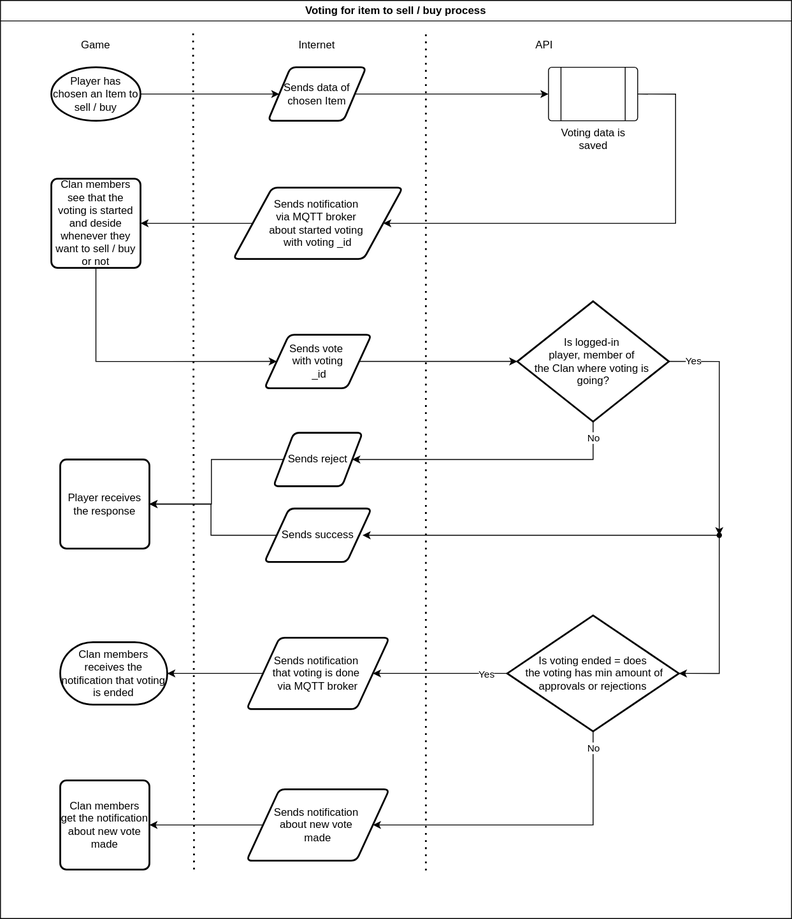
Above: doc/img/voting/voting.svg in Alt-Org/Altzone-Server (draw.io), before the change. Source tidied: cells renumbered, new cells last; positions are measured from the earlier drawing's top-left corner, leaving out a move shared by most shapes. Source of this version:
```xml
<mxGraphModel>
  <root>
    <mxCell id="0" />
    <mxCell id="1" parent="0" />
    <mxCell id="2" value="Voting for item to sell / buy process" style="swimlane;whiteSpace=wrap;html=1;" parent="1" vertex="1">
      <mxGeometry width="887" height="1030" as="geometry" />
    </mxCell>
    <mxCell id="3" style="edgeStyle=orthogonalEdgeStyle;rounded=0;jettySize=auto;html=1;exitX=1;exitY=0.5;exitDx=0;exitDy=0;exitPerimeter=0;entryX=0;entryY=0.5;entryDx=0;entryDy=0;" parent="2" edge="1" source="4" target="8">
      <mxGeometry relative="1" as="geometry" />
    </mxCell>
    <mxCell id="4" value="Player has chosen an Item to sell / buy" style="strokeWidth=2;html=1;shape=mxgraph.flowchart.start_1;whiteSpace=wrap;" parent="2" vertex="1">
      <mxGeometry x="57" y="75" width="100" height="60" as="geometry" />
    </mxCell>
    <mxCell id="5" style="edgeStyle=orthogonalEdgeStyle;rounded=0;jettySize=auto;html=1;exitX=1;exitY=0.5;exitDx=0;exitDy=0;entryX=1;entryY=0.5;entryDx=0;entryDy=0;" parent="2" edge="1" source="6" target="10">
      <mxGeometry relative="1" as="geometry">
        <Array as="points">
          <mxPoint x="757" y="105" />
          <mxPoint x="757" y="250" />
        </Array>
      </mxGeometry>
    </mxCell>
    <mxCell id="6" value="Voting data is saved" style="verticalLabelPosition=bottom;verticalAlign=top;html=1;shape=process;whiteSpace=wrap;rounded=1;size=0.14;arcSize=6;" parent="2" vertex="1">
      <mxGeometry x="614.5" y="75" width="100" height="60" as="geometry" />
    </mxCell>
    <mxCell id="7" style="edgeStyle=orthogonalEdgeStyle;rounded=0;jettySize=auto;html=1;exitX=1;exitY=0.5;exitDx=0;exitDy=0;entryX=0;entryY=0.5;entryDx=0;entryDy=0;" parent="2" edge="1" source="8" target="6">
      <mxGeometry relative="1" as="geometry" />
    </mxCell>
    <mxCell id="8" value="Sends data of chosen Item" style="shape=parallelogram;html=1;strokeWidth=2;perimeter=parallelogramPerimeter;whiteSpace=wrap;rounded=1;arcSize=12;size=0.23;" parent="2" vertex="1">
      <mxGeometry x="300" y="75" width="110" height="60" as="geometry" />
    </mxCell>
    <mxCell id="9" style="edgeStyle=orthogonalEdgeStyle;rounded=0;jettySize=auto;html=1;exitX=0;exitY=0.5;exitDx=0;exitDy=0;entryX=1;entryY=0.5;entryDx=0;entryDy=0;" parent="2" edge="1" source="10" target="12">
      <mxGeometry relative="1" as="geometry" />
    </mxCell>
    <mxCell id="10" value="Sends notification&amp;nbsp;&lt;div&gt;via MQTT broker&amp;nbsp;&lt;/div&gt;&lt;div&gt;about started voting&amp;nbsp;&lt;/div&gt;&lt;div&gt;with voting _id&lt;/div&gt;" style="shape=parallelogram;html=1;strokeWidth=2;perimeter=parallelogramPerimeter;whiteSpace=wrap;rounded=1;arcSize=12;size=0.23;" parent="2" vertex="1">
      <mxGeometry x="261" y="210" width="190" height="80" as="geometry" />
    </mxCell>
    <mxCell id="11" style="edgeStyle=orthogonalEdgeStyle;rounded=0;jettySize=auto;html=1;exitX=0.5;exitY=1;exitDx=0;exitDy=0;entryX=0;entryY=0.5;entryDx=0;entryDy=0;" parent="2" edge="1" source="12" target="13">
      <mxGeometry relative="1" as="geometry">
        <Array as="points">
          <mxPoint x="107" y="405" />
        </Array>
      </mxGeometry>
    </mxCell>
    <mxCell id="12" value="Clan members see that the voting is started and deside whenever they want to sell / buy or not" style="rounded=1;whiteSpace=wrap;html=1;absoluteArcSize=1;arcSize=14;strokeWidth=2;" parent="2" vertex="1">
      <mxGeometry x="57" y="200" width="100" height="100" as="geometry" />
    </mxCell>
    <mxCell id="13" value="Sends vote&amp;nbsp;&lt;div&gt;with voting&lt;/div&gt;&lt;div&gt;&amp;nbsp;_id&lt;/div&gt;" style="shape=parallelogram;html=1;strokeWidth=2;perimeter=parallelogramPerimeter;whiteSpace=wrap;rounded=1;arcSize=12;size=0.23;" parent="2" vertex="1">
      <mxGeometry x="296" y="375" width="120" height="60" as="geometry" />
    </mxCell>
    <mxCell id="14" style="edgeStyle=orthogonalEdgeStyle;rounded=0;jettySize=auto;html=1;exitX=0.5;exitY=1;exitDx=0;exitDy=0;exitPerimeter=0;entryX=1;entryY=0.5;entryDx=0;entryDy=0;" parent="2" edge="1" source="16" target="23">
      <mxGeometry relative="1" as="geometry">
        <Array as="points">
          <mxPoint x="665" y="515" />
        </Array>
      </mxGeometry>
    </mxCell>
    <mxCell id="15" value="No" style="edgeLabel;html=1;align=center;verticalAlign=middle;" parent="14" vertex="1">
      <mxGeometry x="-0.88" relative="1" as="geometry" />
    </mxCell>
    <mxCell id="16" value="Is&amp;nbsp;&lt;span style=&quot;background-color: initial;&quot;&gt;logged-in&amp;nbsp;&lt;/span&gt;&lt;div&gt;&lt;span style=&quot;background-color: initial;&quot;&gt;player,&amp;nbsp;&lt;/span&gt;&lt;span style=&quot;background-color: initial;&quot;&gt;member of&amp;nbsp;&lt;/span&gt;&lt;div&gt;the&amp;nbsp;&lt;span style=&quot;background-color: initial;&quot;&gt;Clan where&amp;nbsp;&lt;/span&gt;&lt;span style=&quot;background-color: initial;&quot;&gt;voting is&amp;nbsp;&lt;/span&gt;&lt;/div&gt;&lt;div&gt;going?&lt;/div&gt;&lt;/div&gt;" style="strokeWidth=2;html=1;shape=mxgraph.flowchart.decision;whiteSpace=wrap;" parent="2" vertex="1">
      <mxGeometry x="579.5" y="337.5" width="170" height="135" as="geometry" />
    </mxCell>
    <mxCell id="17" style="edgeStyle=orthogonalEdgeStyle;rounded=0;jettySize=auto;html=1;exitX=0;exitY=0.5;exitDx=0;exitDy=0;exitPerimeter=0;" parent="2" edge="1" source="21" target="28">
      <mxGeometry relative="1" as="geometry" />
    </mxCell>
    <mxCell id="18" value="Yes" style="edgeLabel;html=1;align=center;verticalAlign=middle;" parent="17" vertex="1">
      <mxGeometry x="-0.69" y="1" relative="1" as="geometry" />
    </mxCell>
    <mxCell id="19" style="edgeStyle=orthogonalEdgeStyle;rounded=0;jettySize=auto;html=1;exitX=0.5;exitY=1;exitDx=0;exitDy=0;exitPerimeter=0;entryX=1;entryY=0.5;entryDx=0;entryDy=0;" parent="2" edge="1" source="21" target="30">
      <mxGeometry relative="1" as="geometry">
        <Array as="points">
          <mxPoint x="665" y="925" />
        </Array>
      </mxGeometry>
    </mxCell>
    <mxCell id="20" value="No" style="edgeLabel;html=1;align=center;verticalAlign=middle;" parent="19" vertex="1">
      <mxGeometry x="-0.89" relative="1" as="geometry" />
    </mxCell>
    <mxCell id="21" value="Is voting ended = does&lt;div&gt;&amp;nbsp;the voting has min amount of approvals or rejections&lt;/div&gt;" style="strokeWidth=2;html=1;shape=mxgraph.flowchart.decision;whiteSpace=wrap;" parent="2" vertex="1">
      <mxGeometry x="568.2" y="690" width="192.5" height="130" as="geometry" />
    </mxCell>
    <mxCell id="22" style="edgeStyle=orthogonalEdgeStyle;rounded=0;jettySize=auto;html=1;exitX=0;exitY=0.5;exitDx=0;exitDy=0;entryX=1;entryY=0.5;entryDx=0;entryDy=0;" parent="2" edge="1" source="23" target="26">
      <mxGeometry relative="1" as="geometry" />
    </mxCell>
    <mxCell id="23" value="Sends reject" style="shape=parallelogram;html=1;strokeWidth=2;perimeter=parallelogramPerimeter;whiteSpace=wrap;rounded=1;arcSize=12;size=0.23;" parent="2" vertex="1">
      <mxGeometry x="306" y="485" width="100" height="60" as="geometry" />
    </mxCell>
    <mxCell id="24" style="edgeStyle=orthogonalEdgeStyle;rounded=0;jettySize=auto;html=1;exitX=0;exitY=0.5;exitDx=0;exitDy=0;entryX=1;entryY=0.5;entryDx=0;entryDy=0;" parent="2" edge="1" source="25" target="26">
      <mxGeometry relative="1" as="geometry">
        <Array as="points">
          <mxPoint x="236" y="600" />
          <mxPoint x="236" y="565" />
        </Array>
      </mxGeometry>
    </mxCell>
    <mxCell id="25" value="Sends success" style="shape=parallelogram;html=1;strokeWidth=2;perimeter=parallelogramPerimeter;whiteSpace=wrap;rounded=1;arcSize=12;size=0.23;" parent="2" vertex="1">
      <mxGeometry x="296" y="570" width="120" height="60" as="geometry" />
    </mxCell>
    <mxCell id="26" value="Player receives the response" style="rounded=1;whiteSpace=wrap;html=1;absoluteArcSize=1;arcSize=14;strokeWidth=2;" parent="2" vertex="1">
      <mxGeometry x="67" y="515" width="100" height="100" as="geometry" />
    </mxCell>
    <mxCell id="27" value="Clan members receives the notification that voting is ended" style="strokeWidth=2;html=1;shape=mxgraph.flowchart.terminator;whiteSpace=wrap;" parent="2" vertex="1">
      <mxGeometry x="67" y="720" width="120" height="70" as="geometry" />
    </mxCell>
    <mxCell id="28" value="Sends notification&amp;nbsp;&lt;div&gt;that voting is done&amp;nbsp;&lt;/div&gt;&lt;div&gt;via MQTT broker&lt;/div&gt;" style="shape=parallelogram;html=1;strokeWidth=2;perimeter=parallelogramPerimeter;whiteSpace=wrap;rounded=1;arcSize=12;size=0.23;" parent="2" vertex="1">
      <mxGeometry x="276" y="715" width="160" height="80" as="geometry" />
    </mxCell>
    <mxCell id="29" style="edgeStyle=orthogonalEdgeStyle;rounded=0;jettySize=auto;html=1;exitX=0;exitY=0.5;exitDx=0;exitDy=0;entryX=1;entryY=0.5;entryDx=0;entryDy=0;" parent="2" edge="1" source="30" target="31">
      <mxGeometry relative="1" as="geometry" />
    </mxCell>
    <mxCell id="30" value="Sends notification&amp;nbsp;&lt;div&gt;about new vote&amp;nbsp;&lt;/div&gt;&lt;div&gt;made&lt;/div&gt;" style="shape=parallelogram;html=1;strokeWidth=2;perimeter=parallelogramPerimeter;whiteSpace=wrap;rounded=1;arcSize=12;size=0.23;" parent="2" vertex="1">
      <mxGeometry x="276" y="885" width="160" height="80" as="geometry" />
    </mxCell>
    <mxCell id="31" value="Clan members get the notification about new vote made" style="rounded=1;whiteSpace=wrap;html=1;absoluteArcSize=1;arcSize=14;strokeWidth=2;" parent="2" vertex="1">
      <mxGeometry x="67" y="875" width="100" height="100" as="geometry" />
    </mxCell>
    <mxCell id="32" style="endArrow=none;dashed=1;html=1;dashPattern=1 3;strokeWidth=2;rounded=0;" parent="2" edge="1">
      <mxGeometry relative="1" as="geometry">
        <mxPoint x="217" y="975" as="sourcePoint" />
        <mxPoint x="216" y="35" as="targetPoint" />
      </mxGeometry>
    </mxCell>
    <mxCell id="33" value="Game" style="text;html=1;align=center;verticalAlign=middle;whiteSpace=wrap;rounded=0;" parent="2" vertex="1">
      <mxGeometry x="77" y="35" width="60" height="30" as="geometry" />
    </mxCell>
    <mxCell id="34" value="Internet" style="text;html=1;align=center;verticalAlign=middle;whiteSpace=wrap;rounded=0;" parent="2" vertex="1">
      <mxGeometry x="325" y="35" width="60" height="30" as="geometry" />
    </mxCell>
    <mxCell id="35" value="API" style="text;html=1;align=center;verticalAlign=middle;whiteSpace=wrap;rounded=0;" parent="2" vertex="1">
      <mxGeometry x="579.5" y="35" width="60" height="30" as="geometry" />
    </mxCell>
    <mxCell id="36" style="edgeStyle=orthogonalEdgeStyle;rounded=0;jettySize=auto;html=1;exitX=1;exitY=0.5;exitDx=0;exitDy=0;entryX=0;entryY=0.5;entryDx=0;entryDy=0;entryPerimeter=0;" parent="2" edge="1" source="13" target="16">
      <mxGeometry relative="1" as="geometry" />
    </mxCell>
    <mxCell id="37" style="shape=waypoint;sketch=0;fillStyle=solid;size=6;points=[];fillColor=none;perimeter=centerPerimeter;snapToPoint=1;" parent="2" vertex="1">
      <mxGeometry x="796" y="590" width="20" height="20" as="geometry" />
    </mxCell>
    <mxCell id="38" style="edgeStyle=orthogonalEdgeStyle;rounded=0;jettySize=auto;html=1;exitX=1;exitY=0.5;exitDx=0;exitDy=0;exitPerimeter=0;entryX=0.56;entryY=-0.01;entryDx=0;entryDy=0;entryPerimeter=0;" parent="2" edge="1" source="16" target="37">
      <mxGeometry relative="1" as="geometry" />
    </mxCell>
    <mxCell id="39" value="Yes" style="edgeLabel;html=1;align=center;verticalAlign=middle;" parent="38" vertex="1">
      <mxGeometry x="-0.79" relative="1" as="geometry" />
    </mxCell>
    <mxCell id="40" style="edgeStyle=orthogonalEdgeStyle;rounded=0;jettySize=auto;html=1;entryX=1;entryY=0.5;entryDx=0;entryDy=0;entryPerimeter=0;" parent="2" edge="1" source="37" target="21">
      <mxGeometry relative="1" as="geometry">
        <Array as="points">
          <mxPoint x="806" y="755" />
        </Array>
      </mxGeometry>
    </mxCell>
    <mxCell id="41" style="edgeStyle=orthogonalEdgeStyle;rounded=0;jettySize=auto;html=1;entryX=0.917;entryY=0.5;entryDx=0;entryDy=0;entryPerimeter=0;" parent="2" edge="1" source="37" target="25">
      <mxGeometry relative="1" as="geometry" />
    </mxCell>
    <mxCell id="42" style="edgeStyle=orthogonalEdgeStyle;rounded=0;jettySize=auto;html=1;exitX=0;exitY=0.5;exitDx=0;exitDy=0;entryX=1;entryY=0.5;entryDx=0;entryDy=0;entryPerimeter=0;" parent="2" edge="1" source="28" target="27">
      <mxGeometry relative="1" as="geometry" />
    </mxCell>
    <mxCell id="43" style="endArrow=none;dashed=1;html=1;dashPattern=1 3;strokeWidth=2;rounded=0;" parent="1" edge="1">
      <mxGeometry relative="1" as="geometry">
        <mxPoint x="477" y="976" as="sourcePoint" />
        <mxPoint x="477" y="36" as="targetPoint" />
      </mxGeometry>
    </mxCell>
  </root>
</mxGraphModel>
```
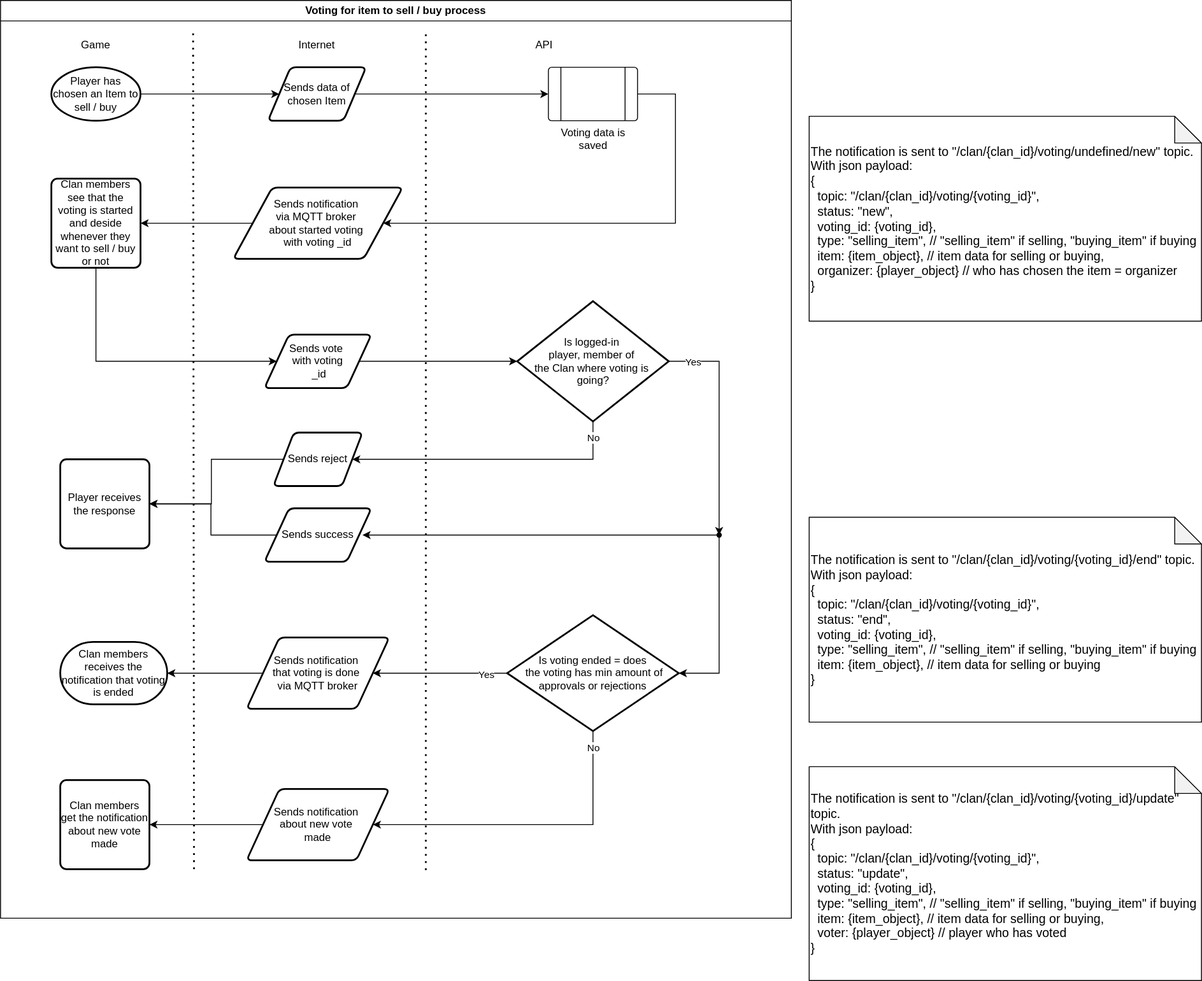
Above is the later version.

Commit message:
update voting diagrams

What changed in the source:
```diff
@@ -160,5 +160,14 @@
         <mxPoint x="477" y="36" as="targetPoint" />
       </mxGeometry>
     </mxCell>
+    <mxCell id="44" value="The notification is sent to &quot;/clan/{clan_id}/voting/undefined/new&quot; topic.&lt;div&gt;With json payload:&lt;/div&gt;&lt;div&gt;{&lt;/div&gt;&lt;div&gt;&amp;nbsp; topic: &quot;&lt;span style=&quot;background-color: initial;&quot;&gt;/clan/{clan_id}/voting/{voting_id}&lt;/span&gt;&lt;span style=&quot;background-color: initial;&quot;&gt;&quot;,&lt;/span&gt;&lt;/div&gt;&lt;div&gt;&lt;span style=&quot;background-color: initial;&quot;&gt;&amp;nbsp; status: &quot;new&quot;,&lt;/span&gt;&lt;/div&gt;&lt;div&gt;&lt;span style=&quot;background-color: initial;&quot;&gt;&amp;nbsp; voting_id: {voting_id},&lt;/span&gt;&lt;/div&gt;&lt;div&gt;&lt;span style=&quot;background-color: initial;&quot;&gt;&amp;nbsp; type: &quot;selling_item&quot;, // &quot;selling_item&quot; if selling, &quot;buying_item&quot; if buying&lt;/span&gt;&lt;/div&gt;&lt;div&gt;&amp;nbsp; item: {item_object}, // item data for selling or buying,&lt;/div&gt;&lt;div&gt;&amp;nbsp; organizer: {player_object} // who has chosen the item = organizer&amp;nbsp;&amp;nbsp;&lt;/div&gt;&lt;div&gt;}&lt;/div&gt;" style="shape=note;whiteSpace=wrap;html=1;backgroundOutline=1;darkOpacity=0.05;align=left;fontSize=14;" parent="1" vertex="1">
+      <mxGeometry x="907" y="130" width="440" height="230" as="geometry" />
+    </mxCell>
+    <mxCell id="45" value="The notification is sent to &quot;/clan/{clan_id}/voting/{voting_id}/end&quot; topic.&lt;div&gt;With json payload:&lt;/div&gt;&lt;div&gt;{&lt;/div&gt;&lt;div&gt;&amp;nbsp; topic: &quot;&lt;span style=&quot;background-color: initial;&quot;&gt;/clan/{clan_id}/voting/{voting_id}&lt;/span&gt;&lt;span style=&quot;background-color: initial;&quot;&gt;&quot;,&lt;/span&gt;&lt;/div&gt;&lt;div&gt;&lt;span style=&quot;background-color: initial;&quot;&gt;&amp;nbsp; status: &quot;end&quot;,&lt;/span&gt;&lt;/div&gt;&lt;div&gt;&lt;span style=&quot;background-color: initial;&quot;&gt;&amp;nbsp; voting_id: {voting_id},&lt;/span&gt;&lt;/div&gt;&lt;div&gt;&lt;span style=&quot;background-color: initial;&quot;&gt;&amp;nbsp; type: &quot;selling_item&quot;, // &quot;selling_item&quot; if selling, &quot;buying_item&quot; if buying&lt;/span&gt;&lt;/div&gt;&lt;div&gt;&amp;nbsp; item: {item_object}, // item data for selling or buying&lt;/div&gt;&lt;div&gt;}&lt;/div&gt;" style="shape=note;whiteSpace=wrap;html=1;backgroundOutline=1;darkOpacity=0.05;align=left;fontSize=14;" parent="1" vertex="1">
+      <mxGeometry x="907" y="580" width="440" height="230" as="geometry" />
+    </mxCell>
+    <mxCell id="46" value="The notification is sent to &quot;/clan/{clan_id}/voting/{voting_id}/update&quot; topic.&lt;div&gt;With json payload:&lt;/div&gt;&lt;div&gt;{&lt;/div&gt;&lt;div&gt;&amp;nbsp; topic: &quot;&lt;span style=&quot;background-color: initial;&quot;&gt;/clan/{clan_id}/voting/{voting_id}&lt;/span&gt;&lt;span style=&quot;background-color: initial;&quot;&gt;&quot;,&lt;/span&gt;&lt;/div&gt;&lt;div&gt;&lt;span style=&quot;background-color: initial;&quot;&gt;&amp;nbsp; status: &quot;update&quot;,&lt;/span&gt;&lt;/div&gt;&lt;div&gt;&lt;span style=&quot;background-color: initial;&quot;&gt;&amp;nbsp; voting_id: {voting_id},&lt;/span&gt;&lt;/div&gt;&lt;div&gt;&lt;span style=&quot;background-color: initial;&quot;&gt;&amp;nbsp; type: &quot;selling_item&quot;, // &quot;selling_item&quot; if selling, &quot;buying_item&quot; if buying&lt;/span&gt;&lt;/div&gt;&lt;div&gt;&amp;nbsp; item: {item_object}, // item data for selling or buying,&lt;/div&gt;&lt;div&gt;&amp;nbsp; voter: {player_object} // player who has voted&amp;nbsp;&amp;nbsp;&lt;/div&gt;&lt;div&gt;}&lt;/div&gt;" style="shape=note;whiteSpace=wrap;html=1;backgroundOutline=1;darkOpacity=0.05;align=left;fontSize=14;" parent="1" vertex="1">
+      <mxGeometry x="907" y="860" width="440" height="240" as="geometry" />
+    </mxCell>
   </root>
 </mxGraphModel>
```
